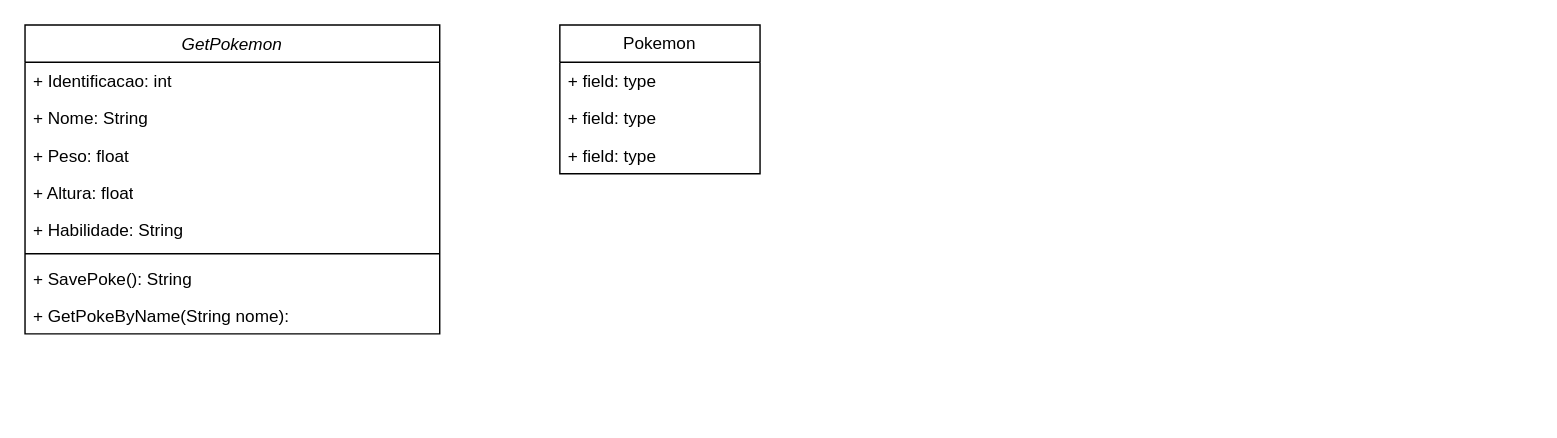
Before: Diagramas/Diagrama de Classe/DiagramaDeClasses.drawio in lu-css/Pokejournal, a draw.io diagram. Source tidied: cells renumbered, new cells numbered last; positions are measured from the earlier drawing's top-left corner, leaving out a move shared by most shapes. Both pictures are drawn from the tidied source at 143%, with x=0, y=0 at pixel (24, 24).
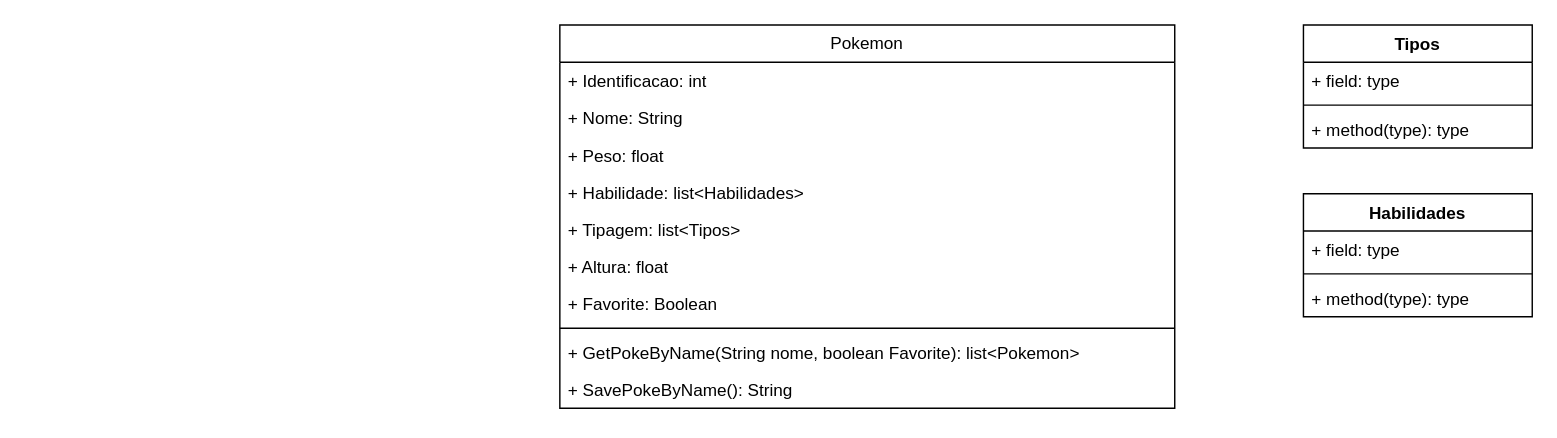
The same page after the edit.

The edit, as a diff of the source:
```diff
@@
-    <mxCell id="2" value="GetPokemon" style="swimlane;fontStyle=2;align=center;verticalAlign=top;horizontal=1;startSize=26;rounded=0;shadow=0;strokeWidth=1;" parent="1" vertex="1">
-      <mxGeometry width="290" height="216" as="geometry" />
-    </mxCell>
+    <mxCell id="11" value="Pokemon" style="swimlane;fontStyle=0;horizontal=1;startSize=26;fillColor=none;whiteSpace=wrap;html=1;" parent="1" vertex="1">
+      <mxGeometry x="374" width="430" height="268" as="geometry" />
+    </mxCell>
-    <mxCell id="3" value="+ Identificacao: int" style="text;strokeColor=none;fillColor=none;align=left;verticalAlign=top;spacingLeft=4;spacingRight=4;overflow=hidden;whiteSpace=wrap;html=1;" parent="2" vertex="1">
-      <mxGeometry y="26" width="290" height="26" as="geometry" />
+    <mxCell id="3" value="+ Identificacao: int" style="text;strokeColor=none;fillColor=none;align=left;verticalAlign=top;spacingLeft=4;spacingRight=4;overflow=hidden;whiteSpace=wrap;html=1;" parent="11" vertex="1">
+      <mxGeometry y="26" width="430" height="26" as="geometry" />
     </mxCell>
-    <mxCell id="4" value="+ Nome: String" style="text;align=left;verticalAlign=top;spacingLeft=4;spacingRight=4;overflow=hidden;" parent="2" vertex="1">
-      <mxGeometry y="52" width="290" height="26" as="geometry" />
+    <mxCell id="4" value="+ Nome: String" style="text;align=left;verticalAlign=top;spacingLeft=4;spacingRight=4;overflow=hidden;" parent="11" vertex="1">
+      <mxGeometry y="52" width="430" height="26" as="geometry" />
     </mxCell>
-    <mxCell id="5" value="+ Peso: float" style="text;align=left;verticalAlign=top;spacingLeft=4;spacingRight=4;overflow=hidden;rounded=0;shadow=0;html=0;" parent="2" vertex="1">
-      <mxGeometry y="78" width="290" height="26" as="geometry" />
+    <mxCell id="5" value="+ Peso: float" style="text;align=left;verticalAlign=top;spacingLeft=4;spacingRight=4;overflow=hidden;rounded=0;shadow=0;html=0;" parent="11" vertex="1">
+      <mxGeometry y="78" width="430" height="26" as="geometry" />
     </mxCell>
+    <mxCell id="7" value="+ Habilidade: list&lt;Habilidades&gt;" style="text;align=left;verticalAlign=top;spacingLeft=4;spacingRight=4;overflow=hidden;rounded=0;shadow=0;html=0;" parent="11" vertex="1">
+      <mxGeometry y="104" width="430" height="26" as="geometry" />
+    </mxCell>
+    <mxCell id="15" value="+ Tipagem: list&amp;lt;Tipos&amp;gt;" style="text;strokeColor=none;fillColor=none;align=left;verticalAlign=top;spacingLeft=4;spacingRight=4;overflow=hidden;whiteSpace=wrap;html=1;" parent="11" vertex="1">
+      <mxGeometry y="130" width="430" height="26" as="geometry" />
+    </mxCell>
-    <mxCell id="6" value="+ Altura: float" style="text;strokeColor=none;fillColor=none;align=left;verticalAlign=top;spacingLeft=4;spacingRight=4;overflow=hidden;whiteSpace=wrap;html=1;" parent="2" vertex="1">
-      <mxGeometry y="104" width="290" height="26" as="geometry" />
+    <mxCell id="6" value="+ Altura: float" style="text;strokeColor=none;fillColor=none;align=left;verticalAlign=top;spacingLeft=4;spacingRight=4;overflow=hidden;whiteSpace=wrap;html=1;" parent="11" vertex="1">
+      <mxGeometry y="156" width="430" height="26" as="geometry" />
     </mxCell>
-    <mxCell id="7" value="+ Habilidade: String" style="text;align=left;verticalAlign=top;spacingLeft=4;spacingRight=4;overflow=hidden;rounded=0;shadow=0;html=0;" parent="2" vertex="1">
-      <mxGeometry y="130" width="290" height="26" as="geometry" />
-    </mxCell>
-    <mxCell id="8" style="line;html=1;strokeWidth=1;align=left;verticalAlign=middle;spacingTop=-1;spacingLeft=3;spacingRight=3;labelPosition=right;" parent="2" vertex="1">
-      <mxGeometry y="156" width="290" height="8" as="geometry" />
-    </mxCell>
-    <mxCell id="9" value="+ SavePoke(): String" style="text;align=left;verticalAlign=top;spacingLeft=4;spacingRight=4;overflow=hidden;" parent="2" vertex="1">
-      <mxGeometry y="164" width="290" height="26" as="geometry" />
-    </mxCell>
-    <mxCell id="10" value="+ GetPokeByName(String nome):&amp;nbsp;" style="text;strokeColor=none;fillColor=none;align=left;verticalAlign=top;spacingLeft=4;spacingRight=4;overflow=hidden;whiteSpace=wrap;html=1;" parent="2" vertex="1">
-      <mxGeometry y="190" width="290" height="26" as="geometry" />
-    </mxCell>
-    <mxCell id="11" value="Pokemon" style="swimlane;fontStyle=0;horizontal=1;startSize=26;fillColor=none;whiteSpace=wrap;html=1;" parent="1" vertex="1">
-      <mxGeometry x="374" width="140" height="104" as="geometry" />
-    </mxCell>
-    <mxCell id="12" value="+ field: type" style="text;strokeColor=none;fillColor=none;align=left;verticalAlign=top;spacingLeft=4;spacingRight=4;overflow=hidden;whiteSpace=wrap;html=1;" parent="11" vertex="1">
-      <mxGeometry y="26" width="140" height="26" as="geometry" />
-    </mxCell>
-    <mxCell id="13" value="+ field: type" style="text;strokeColor=none;fillColor=none;align=left;verticalAlign=top;spacingLeft=4;spacingRight=4;overflow=hidden;whiteSpace=wrap;html=1;" parent="11" vertex="1">
-      <mxGeometry y="52" width="140" height="26" as="geometry" />
-    </mxCell>
-    <mxCell id="14" value="+ field: type" style="text;strokeColor=none;fillColor=none;align=left;verticalAlign=top;spacingLeft=4;spacingRight=4;overflow=hidden;whiteSpace=wrap;html=1;" parent="11" vertex="1">
-      <mxGeometry y="78" width="140" height="26" as="geometry" />
-    </mxCell>
+    <mxCell id="16" value="+ Favorite: Boolean" style="text;strokeColor=none;fillColor=none;align=left;verticalAlign=top;spacingLeft=4;spacingRight=4;overflow=hidden;whiteSpace=wrap;html=1;" parent="11" vertex="1">
+      <mxGeometry y="182" width="430" height="26" as="geometry" />
+    </mxCell>
+    <mxCell id="17" style="line;html=1;strokeWidth=1;align=left;verticalAlign=middle;spacingTop=-1;spacingLeft=3;spacingRight=3;labelPosition=right;" parent="11" vertex="1">
+      <mxGeometry y="208" width="430" height="8" as="geometry" />
+    </mxCell>
+    <mxCell id="18" value="+ GetPokeByName(String nome, boolean Favorite): list&amp;lt;Pokemon&amp;gt;" style="text;strokeColor=none;fillColor=none;align=left;verticalAlign=top;spacingLeft=4;spacingRight=4;overflow=hidden;whiteSpace=wrap;html=1;" parent="11" vertex="1">
+      <mxGeometry y="216" width="430" height="26" as="geometry" />
+    </mxCell>
+    <mxCell id="19" value="+ SavePokeByName(): String" style="text;align=left;verticalAlign=top;spacingLeft=4;spacingRight=4;overflow=hidden;" parent="11" vertex="1">
+      <mxGeometry y="242" width="430" height="26" as="geometry" />
+    </mxCell>
+    <mxCell id="20" value="Tipos" style="swimlane;fontStyle=1;align=center;verticalAlign=top;horizontal=1;startSize=26;whiteSpace=wrap;html=1;" parent="1" vertex="1">
+      <mxGeometry x="894" width="160" height="86" as="geometry" />
+    </mxCell>
+    <mxCell id="21" value="+ field: type" style="text;strokeColor=none;fillColor=none;align=left;verticalAlign=top;spacingLeft=4;spacingRight=4;overflow=hidden;whiteSpace=wrap;html=1;" parent="20" vertex="1">
+      <mxGeometry y="26" width="160" height="26" as="geometry" />
+    </mxCell>
+    <mxCell id="22" style="line;strokeWidth=1;fillColor=none;align=left;verticalAlign=middle;spacingTop=-1;spacingLeft=3;spacingRight=3;labelPosition=right;strokeColor=inherit;" parent="20" vertex="1">
+      <mxGeometry y="52" width="160" height="8" as="geometry" />
+    </mxCell>
+    <mxCell id="23" value="+ method(type): type" style="text;strokeColor=none;fillColor=none;align=left;verticalAlign=top;spacingLeft=4;spacingRight=4;overflow=hidden;whiteSpace=wrap;html=1;" parent="20" vertex="1">
+      <mxGeometry y="60" width="160" height="26" as="geometry" />
+    </mxCell>
+    <mxCell id="24" value="Habilidades" style="swimlane;fontStyle=1;align=center;verticalAlign=top;horizontal=1;startSize=26;whiteSpace=wrap;html=1;" parent="1" vertex="1">
+      <mxGeometry x="894" y="118" width="160" height="86" as="geometry" />
+    </mxCell>
+    <mxCell id="25" value="+ field: type" style="text;strokeColor=none;fillColor=none;align=left;verticalAlign=top;spacingLeft=4;spacingRight=4;overflow=hidden;whiteSpace=wrap;html=1;" parent="24" vertex="1">
+      <mxGeometry y="26" width="160" height="26" as="geometry" />
+    </mxCell>
+    <mxCell id="26" style="line;strokeWidth=1;fillColor=none;align=left;verticalAlign=middle;spacingTop=-1;spacingLeft=3;spacingRight=3;labelPosition=right;strokeColor=inherit;" parent="24" vertex="1">
+      <mxGeometry y="52" width="160" height="8" as="geometry" />
+    </mxCell>
+    <mxCell id="27" value="+ method(type): type" style="text;strokeColor=none;fillColor=none;align=left;verticalAlign=top;spacingLeft=4;spacingRight=4;overflow=hidden;whiteSpace=wrap;html=1;" parent="24" vertex="1">
+      <mxGeometry y="60" width="160" height="26" as="geometry" />
+    </mxCell>
```
